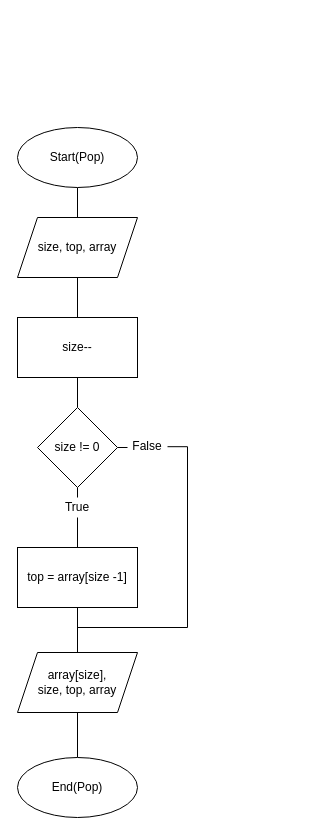
The draw.io diagram page "Stack.Pop" (4 of 6) of lab6/diagram.drawio in MrTimeGo/ads-petselia-kp01, before the edit. Source tidied: cells renumbered, new cells numbered last; positions are measured from the earlier drawing's top-left corner, leaving out a move shared by most shapes. Both pictures are drawn from the tidied source at 100%, with x=0, y=0 at pixel (17, 127).
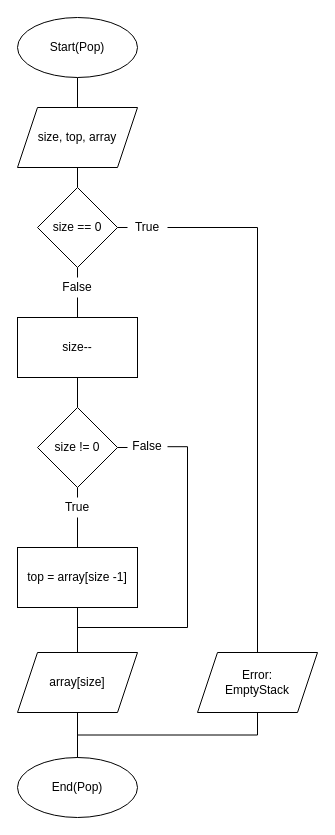
The same page after the edit.

The change refers to these unchanged cells:
```xml
<mxCell id="7" value="size--" style="rounded=0;whiteSpace=wrap;html=1;" parent="1" vertex="1">
  <mxGeometry y="190" width="120" height="60" as="geometry" />
</mxCell>
<mxCell id="19" value="End(Pop)" style="ellipse;whiteSpace=wrap;html=1;" parent="1" vertex="1">
  <mxGeometry y="630" width="120" height="60" as="geometry" />
</mxCell>
```

What changed in the source:
```diff
@@
     <mxCell id="3" value="Start(Pop)" style="ellipse;whiteSpace=wrap;html=1;" parent="1" vertex="1">
-      <mxGeometry width="120" height="60" as="geometry" />
+      <mxGeometry y="-110" width="120" height="60" as="geometry" />
     </mxCell>
-    <mxCell id="4" style="edgeStyle=orthogonalEdgeStyle;rounded=0;jettySize=auto;html=1;exitX=0.5;exitY=1;exitDx=0;exitDy=0;entryX=0.5;entryY=0;entryDx=0;entryDy=0;endArrow=none;endFill=0;" parent="1" edge="1" source="5" target="7">
-      <mxGeometry relative="1" as="geometry" />
-    </mxCell>
+    <mxCell id="20" style="edgeStyle=orthogonalEdgeStyle;rounded=0;jettySize=auto;html=1;exitX=0.5;exitY=1;exitDx=0;exitDy=0;entryX=0.5;entryY=0;entryDx=0;entryDy=0;endArrow=none;endFill=0;" parent="1" edge="1" source="5" target="23">
+      <mxGeometry relative="1" as="geometry" />
+    </mxCell>
     <mxCell id="5" value="size, top, array" style="shape=parallelogram;perimeter=parallelogramPerimeter;whiteSpace=wrap;html=1;fixedSize=1;" parent="1" vertex="1">
-      <mxGeometry y="90" width="120" height="60" as="geometry" />
+      <mxGeometry y="-20" width="120" height="60" as="geometry" />
     </mxCell>
@@
-    <mxCell id="18" value="array[size],&lt;br&gt;size, top, array" style="shape=parallelogram;perimeter=parallelogramPerimeter;whiteSpace=wrap;html=1;fixedSize=1;" parent="1" vertex="1">
+    <mxCell id="18" value="array[size]" style="shape=parallelogram;perimeter=parallelogramPerimeter;whiteSpace=wrap;html=1;fixedSize=1;" parent="1" vertex="1">
       <mxGeometry y="525" width="120" height="60" as="geometry" />
     </mxCell>
@@
+    <mxCell id="21" style="edgeStyle=orthogonalEdgeStyle;rounded=0;jettySize=auto;html=1;exitX=0.5;exitY=1;exitDx=0;exitDy=0;entryX=0.5;entryY=0;entryDx=0;entryDy=0;endArrow=none;endFill=0;" parent="1" edge="1" source="23" target="25">
+      <mxGeometry relative="1" as="geometry" />
+    </mxCell>
+    <mxCell id="22" style="edgeStyle=orthogonalEdgeStyle;rounded=0;jettySize=auto;html=1;exitX=1;exitY=0.5;exitDx=0;exitDy=0;entryX=0;entryY=0.5;entryDx=0;entryDy=0;endArrow=none;endFill=0;" parent="1" edge="1" source="23" target="27">
+      <mxGeometry relative="1" as="geometry" />
+    </mxCell>
+    <mxCell id="23" value="size == 0" style="rhombus;whiteSpace=wrap;html=1;" parent="1" vertex="1">
+      <mxGeometry x="20" y="60" width="80" height="80" as="geometry" />
+    </mxCell>
+    <mxCell id="24" style="edgeStyle=orthogonalEdgeStyle;rounded=0;jettySize=auto;html=1;exitX=0.5;exitY=1;exitDx=0;exitDy=0;entryX=0.5;entryY=0;entryDx=0;entryDy=0;endArrow=none;endFill=0;" parent="1" edge="1" source="25" target="7">
+      <mxGeometry relative="1" as="geometry" />
+    </mxCell>
+    <mxCell id="25" value="False" style="text;html=1;strokeColor=none;fillColor=none;align=center;verticalAlign=middle;whiteSpace=wrap;rounded=0;" parent="1" vertex="1">
+      <mxGeometry x="40" y="150" width="40" height="20" as="geometry" />
+    </mxCell>
+    <mxCell id="26" style="edgeStyle=orthogonalEdgeStyle;rounded=0;jettySize=auto;html=1;exitX=1;exitY=0.5;exitDx=0;exitDy=0;entryX=0.5;entryY=0;entryDx=0;entryDy=0;endArrow=none;endFill=0;" parent="1" edge="1" source="27" target="29">
+      <mxGeometry relative="1" as="geometry" />
+    </mxCell>
+    <mxCell id="27" value="True" style="text;html=1;strokeColor=none;fillColor=none;align=center;verticalAlign=middle;whiteSpace=wrap;rounded=0;" parent="1" vertex="1">
+      <mxGeometry x="110" y="90" width="40" height="20" as="geometry" />
+    </mxCell>
+    <mxCell id="28" style="edgeStyle=orthogonalEdgeStyle;rounded=0;jettySize=auto;html=1;exitX=0.5;exitY=1;exitDx=0;exitDy=0;endArrow=none;endFill=0;" parent="1" edge="1" source="29" target="19">
+      <mxGeometry relative="1" as="geometry" />
+    </mxCell>
+    <mxCell id="29" value="Error:&lt;br&gt;EmptyStack" style="shape=parallelogram;perimeter=parallelogramPerimeter;whiteSpace=wrap;html=1;fixedSize=1;" parent="1" vertex="1">
+      <mxGeometry x="180" y="525" width="120" height="60" as="geometry" />
+    </mxCell>
```
